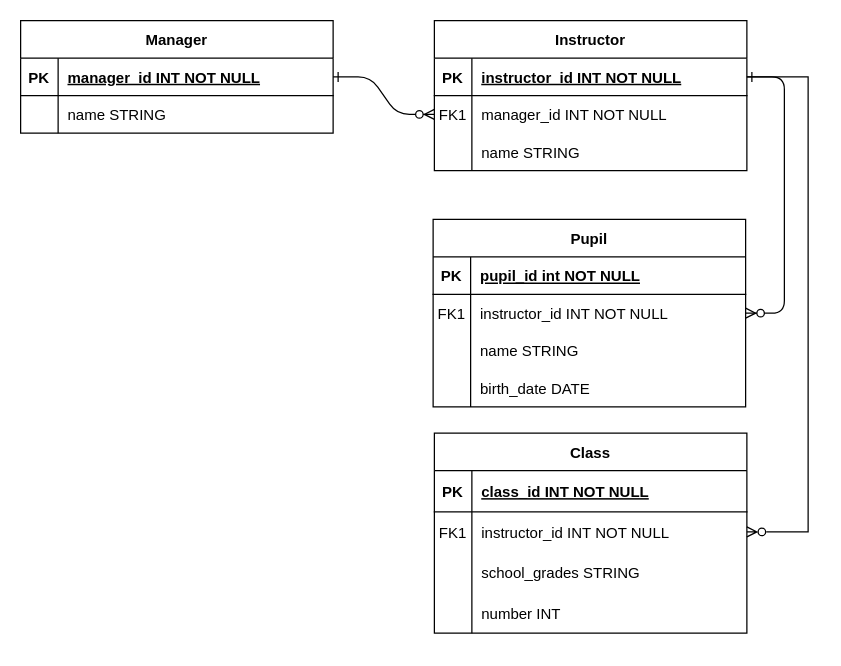
Above: PRock Entity Relations.drawio in AlonBrul/prock-class-registration (draw.io), before the change. Source tidied: cells renumbered, new cells numbered last; positions are measured from the earlier drawing's top-left corner, leaving out a move shared by most shapes. Both pictures are drawn from the tidied source at 125%, with x=0, y=0 at pixel (20, 20).
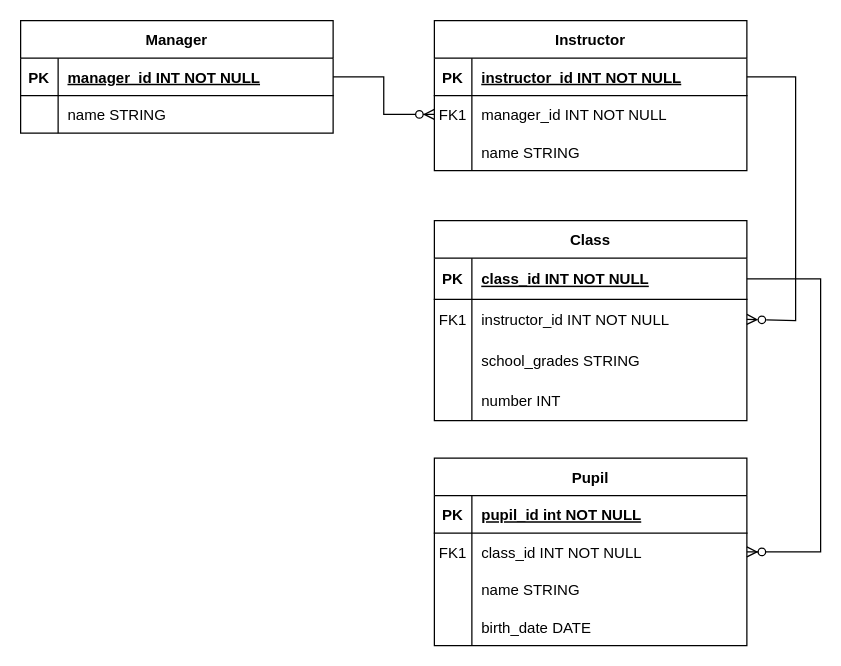
Above is the later version.

Unchanged cells that the change refers to:
```xml
<mxCell id="4" style="shape=partialRectangle;fillColor=none;points=[[0,0.5],[1,0.5]];portConstraint=eastwest;top=0;left=0;right=0;bottom=1;" parent="3" vertex="1">
  <mxGeometry y="30" width="250" height="30" as="geometry" />
</mxCell>
<mxCell id="7" style="shape=partialRectangle;fillColor=none;points=[[0,0.5],[1,0.5]];portConstraint=eastwest;top=0;left=0;right=0;bottom=0;" parent="3" vertex="1">
  <mxGeometry y="60" width="250" height="30" as="geometry" />
</mxCell>
<mxCell id="17" style="shape=partialRectangle;fillColor=none;points=[[0,0.5],[1,0.5]];portConstraint=eastwest;top=0;left=0;right=0;bottom=0;" parent="13" vertex="1">
  <mxGeometry y="60" width="250" height="30" as="geometry" />
</mxCell>
<mxCell id="27" style="shape=partialRectangle;fillColor=none;points=[[0,0.5],[1,0.5]];portConstraint=eastwest;top=0;left=0;right=0;bottom=1;" parent="26" vertex="1">
  <mxGeometry y="30" width="250" height="30" as="geometry" />
</mxCell>
<mxCell id="34" style="shape=partialRectangle;fillColor=none;points=[[0,0.5],[1,0.5]];portConstraint=eastwest;top=0;left=0;right=0;bottom=1;" parent="33" vertex="1">
  <mxGeometry y="30" width="250" height="33" as="geometry" />
</mxCell>
<mxCell id="37" style="shape=partialRectangle;fillColor=none;points=[[0,0.5],[1,0.5]];portConstraint=eastwest;top=0;left=0;right=0;bottom=0;" parent="33" vertex="1">
  <mxGeometry y="63" width="250" height="32" as="geometry" />
</mxCell>
```

Change to the diagram source:
```diff
@@
-    <mxCell id="2" style="edgeStyle=entityRelationEdgeStyle;endArrow=ERzeroToMany;startArrow=ERone;endFill=1;startFill=0;" parent="1" edge="1" source="4" target="17">
-      <mxGeometry relative="1" as="geometry" />
+    <mxCell id="2" style="edgeStyle=orthogonalEdgeStyle;endArrow=ERzeroToMany;startArrow=none;endFill=1;startFill=0;entryX=1;entryY=0.5;entryDx=0;entryDy=0;rounded=0;exitX=1;exitY=0.5;exitDx=0;exitDy=0;" parent="1" edge="1" source="34" target="17">
+      <mxGeometry relative="1" as="geometry">
+        <Array as="points">
+          <mxPoint x="640" y="207" />
+          <mxPoint x="640" y="425" />
+        </Array>
+      </mxGeometry>
     </mxCell>
@@
     <mxCell id="13" value="Pupil" style="shape=table;startSize=30;childLayout=tableLayout;rowLines=0;fontStyle=1;align=center;" parent="1" vertex="1">
-      <mxGeometry x="330" y="159" width="250" height="150" as="geometry" />
+      <mxGeometry x="331" y="350" width="250" height="150" as="geometry" />
     </mxCell>
@@
-    <mxCell id="19" value="instructor_id INT NOT NULL" style="shape=partialRectangle;overflow=hidden;fillColor=none;top=0;left=0;bottom=0;right=0;align=left;spacingLeft=6;" parent="17" vertex="1">
+    <mxCell id="19" value="class_id INT NOT NULL" style="shape=partialRectangle;overflow=hidden;fillColor=none;top=0;left=0;bottom=0;right=0;align=left;spacingLeft=6;" parent="17" vertex="1">
       <mxGeometry x="30" width="220" height="30" as="geometry" />
     </mxCell>
@@
     <mxCell id="33" value="Class" style="shape=table;startSize=30;childLayout=tableLayout;rowLines=0;fontStyle=1;align=center;strokeColor=default;" parent="1" vertex="1">
-      <mxGeometry x="331" y="330" width="250" height="160" as="geometry" />
+      <mxGeometry x="331" y="160" width="250" height="160" as="geometry" />
     </mxCell>
@@
     <mxCell id="46" style="edgeStyle=orthogonalEdgeStyle;rounded=0;jettySize=auto;html=1;exitX=1;exitY=0.5;exitDx=0;exitDy=0;entryX=1;entryY=0.5;entryDx=0;entryDy=0;endArrow=ERzeroToMany;endFill=0;" parent="1" edge="1" source="4" target="37">
       <mxGeometry relative="1" as="geometry">
         <Array as="points">
-          <mxPoint x="630" y="45" />
-          <mxPoint x="630" y="409" />
+          <mxPoint x="620" y="45" />
+          <mxPoint x="620" y="240" />
         </Array>
       </mxGeometry>
     </mxCell>
-    <mxCell id="47" style="edgeStyle=entityRelationEdgeStyle;endArrow=ERzeroToMany;startArrow=ERone;endFill=1;startFill=0;" parent="1" edge="1" source="27" target="7">
+    <mxCell id="47" style="edgeStyle=orthogonalEdgeStyle;endArrow=ERzeroToMany;startArrow=none;endFill=1;startFill=0;rounded=0;curved=0;" parent="1" edge="1" source="27" target="7">
       <mxGeometry relative="1" as="geometry" />
     </mxCell>
```
